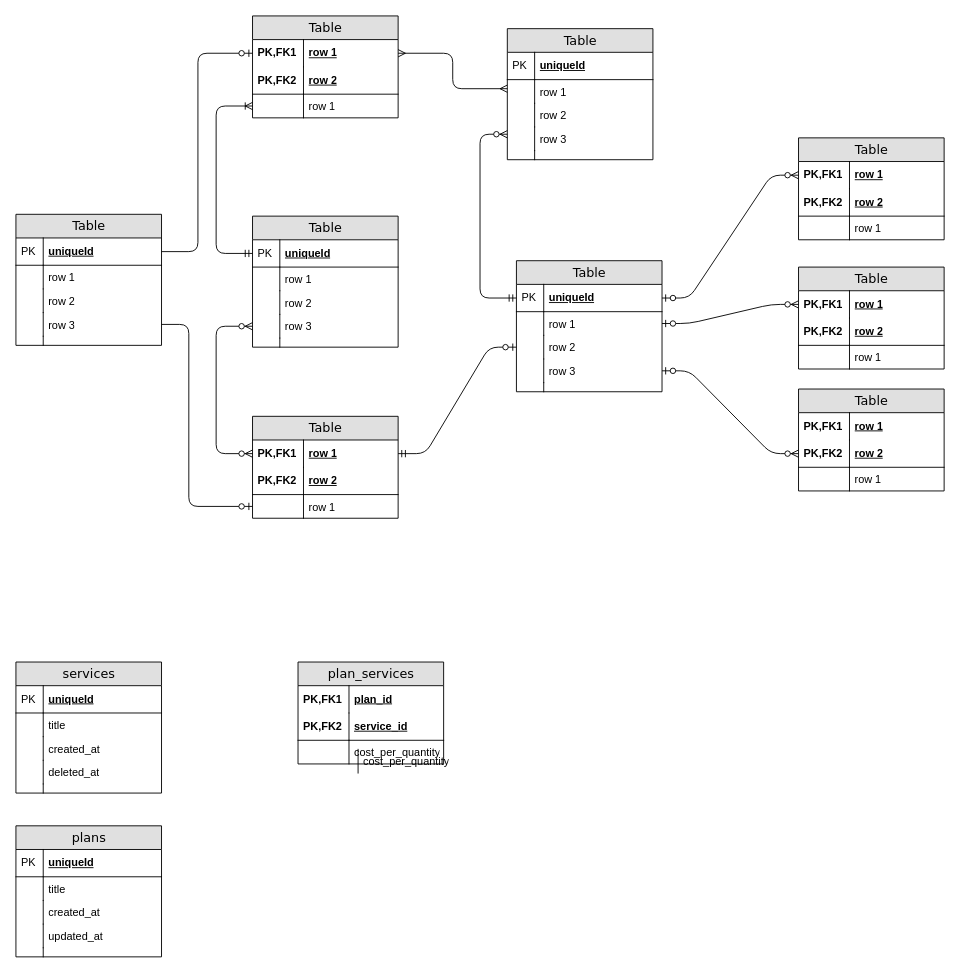
Before: db/Untitled Diagram.drawio in brnrajoriya/mailer-payment-module-db, a draw.io diagram. Source tidied: cells renumbered, new cells numbered last; positions are measured from the earlier drawing's top-left corner, leaving out a move shared by most shapes. Both pictures are drawn from the tidied source at 91%, with x=0, y=0 at pixel (15, 15).
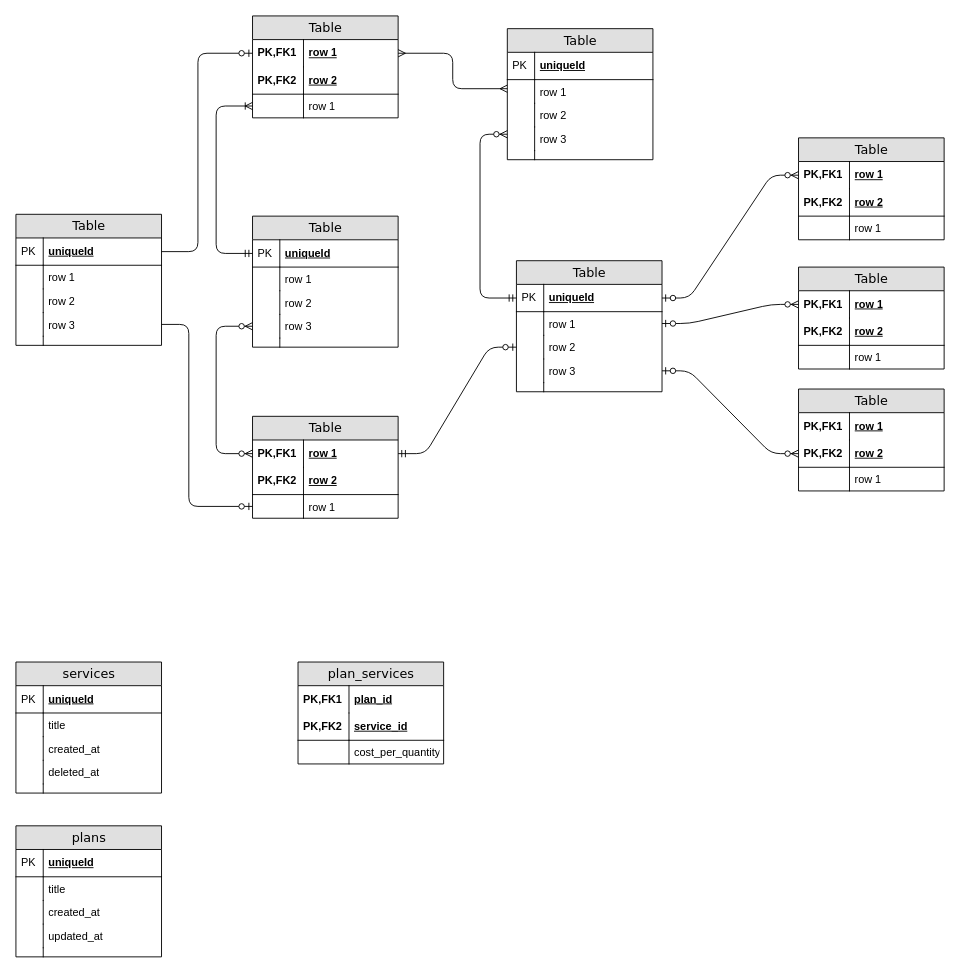
The same page after the edit.

Diff of the diagram source:
```diff
@@
-    <mxCell id="120" value="cost_per_quantity" style="shape=partialRectangle;top=0;left=0;right=0;bottom=0;html=1;align=left;verticalAlign=top;fillColor=none;spacingLeft=60;spacingRight=4;whiteSpace=wrap;overflow=hidden;" parent="1" vertex="1">
-      <mxGeometry x="320" y="806" width="160" height="26" as="geometry" />
-    </mxCell>
-    <mxCell id="121" style="shape=partialRectangle;top=0;left=0;bottom=0;html=1;fillColor=none;align=left;verticalAlign=top;spacingLeft=4;spacingRight=4;whiteSpace=wrap;overflow=hidden;" parent="120" vertex="1">
-      <mxGeometry width="56" height="26" as="geometry" />
-    </mxCell>
```
